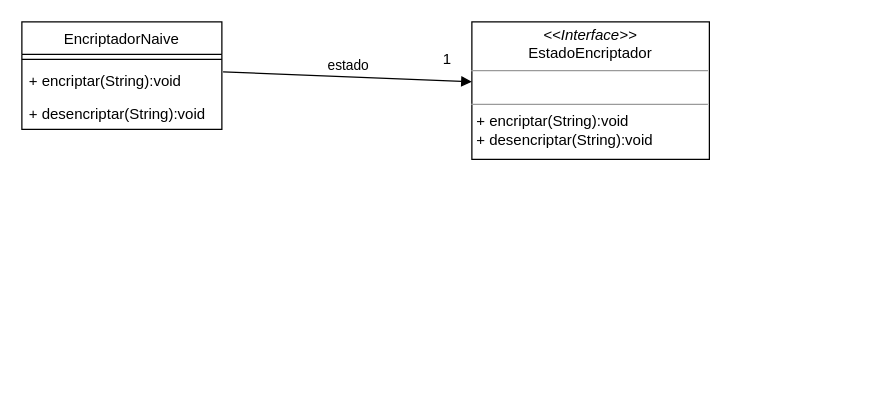
Before: unq-po2-strategy-Encriptacion.drawio in nhubczyk/Diagramas-UML, a draw.io diagram. Source tidied: cells renumbered, new cells numbered last; positions are measured from the earlier drawing's top-left corner, leaving out a move shared by most shapes. Both pictures are drawn from the tidied source at 125%, with x=0, y=0 at pixel (21, 21).
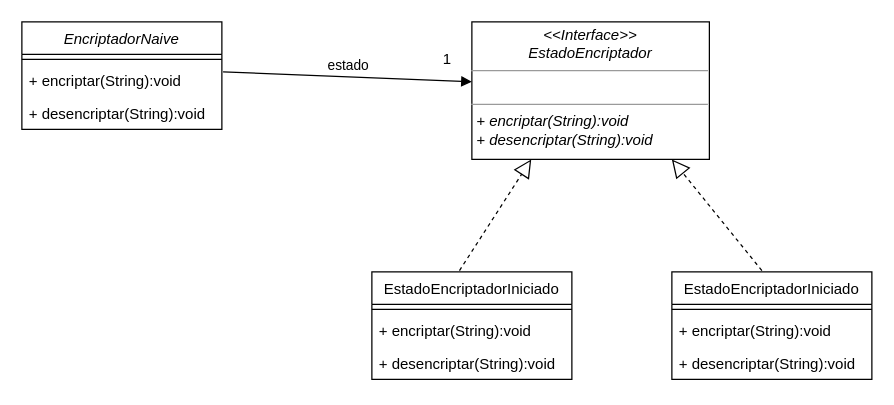
The same diagram, later.

The edit, as a diff of the source:
```diff
@@
 <mxGraphModel>
   <root>
     <mxCell id="0" />
     <mxCell id="1" parent="0" />
-    <mxCell id="2" value="&lt;p style=&quot;margin:0px;margin-top:4px;text-align:center;&quot;&gt;&lt;i&gt;&amp;lt;&amp;lt;Interface&amp;gt;&amp;gt;&lt;/i&gt;&lt;br&gt;EstadoEncriptador&lt;/p&gt;&lt;hr size=&quot;1&quot;&gt;&lt;p style=&quot;margin:0px;margin-left:4px;&quot;&gt;&lt;br&gt;&lt;/p&gt;&lt;hr size=&quot;1&quot;&gt;&lt;p style=&quot;margin:0px;margin-left:4px;&quot;&gt;+ encriptar(String):void&lt;/p&gt;&lt;p style=&quot;margin:0px;margin-left:4px;&quot;&gt;+ desencriptar(String):void&lt;/p&gt;" style="verticalAlign=top;align=left;overflow=fill;fontSize=12;fontFamily=Helvetica;html=1;" parent="1" vertex="1">
+    <mxCell id="2" value="&lt;p style=&quot;margin:0px;margin-top:4px;text-align:center;&quot;&gt;&lt;i&gt;&amp;lt;&amp;lt;Interface&amp;gt;&amp;gt;&lt;br&gt;EstadoEncriptador&lt;/i&gt;&lt;/p&gt;&lt;hr size=&quot;1&quot;&gt;&lt;p style=&quot;margin:0px;margin-left:4px;&quot;&gt;&lt;i&gt;&lt;br&gt;&lt;/i&gt;&lt;/p&gt;&lt;hr size=&quot;1&quot;&gt;&lt;p style=&quot;margin:0px;margin-left:4px;&quot;&gt;&lt;i&gt;+ encriptar(String):void&lt;/i&gt;&lt;/p&gt;&lt;p style=&quot;margin:0px;margin-left:4px;&quot;&gt;&lt;i&gt;+ desencriptar(String):void&lt;/i&gt;&lt;/p&gt;" style="verticalAlign=top;align=left;overflow=fill;fontSize=12;fontFamily=Helvetica;html=1;" parent="1" vertex="1">
       <mxGeometry x="360" width="190" height="110" as="geometry" />
     </mxCell>
-    <mxCell id="3" value="EncriptadorNaive" style="swimlane;fontStyle=0;align=center;verticalAlign=top;horizontal=1;startSize=26;" parent="1" vertex="1">
+    <mxCell id="3" value="EncriptadorNaive" style="swimlane;fontStyle=2;align=center;verticalAlign=top;horizontal=1;startSize=26;" parent="1" vertex="1">
       <mxGeometry width="160" height="86" as="geometry" />
     </mxCell>
     <mxCell id="4" style="line;strokeWidth=1;fillColor=none;align=left;verticalAlign=middle;spacingTop=-1;spacingLeft=3;spacingRight=3;labelPosition=right;strokeColor=inherit;" parent="3" vertex="1">
       <mxGeometry y="26" width="160" height="8" as="geometry" />
     </mxCell>
     <mxCell id="5" value="+ encriptar(String):void" style="text;strokeColor=none;fillColor=none;align=left;verticalAlign=top;spacingLeft=4;spacingRight=4;overflow=hidden;points=[[0,0.5],[1,0.5]];portConstraint=eastwest;" parent="3" vertex="1">
       <mxGeometry y="34" width="160" height="26" as="geometry" />
     </mxCell>
     <mxCell id="6" value="+ desencriptar(String):void" style="text;strokeColor=none;fillColor=none;align=left;verticalAlign=top;spacingLeft=4;spacingRight=4;overflow=hidden;" parent="3" vertex="1">
       <mxGeometry y="60" width="160" height="26" as="geometry" />
     </mxCell>
     <mxCell id="7" value="estado" style="html=1;verticalAlign=bottom;endArrow=block;rounded=0;exitX=1.006;exitY=0.231;exitDx=0;exitDy=0;exitPerimeter=0;entryX=0;entryY=0.436;entryDx=0;entryDy=0;entryPerimeter=0;" parent="1" edge="1" source="5" target="2">
       <mxGeometry relative="1" as="geometry" />
     </mxCell>
     <mxCell id="8" value="1" style="text;html=1;align=center;verticalAlign=middle;strokeColor=none;fillColor=none;" parent="1" vertex="1">
       <mxGeometry x="325" y="15" width="30" height="30" as="geometry" />
     </mxCell>
+    <mxCell id="9" value="EstadoEncriptadorIniciado" style="swimlane;fontStyle=0;align=center;verticalAlign=top;horizontal=1;startSize=26;" parent="1" vertex="1">
+      <mxGeometry x="280" y="200" width="160" height="86" as="geometry" />
+    </mxCell>
+    <mxCell id="10" style="line;strokeWidth=1;fillColor=none;align=left;verticalAlign=middle;spacingTop=-1;spacingLeft=3;spacingRight=3;labelPosition=right;strokeColor=inherit;" parent="9" vertex="1">
+      <mxGeometry y="26" width="160" height="8" as="geometry" />
+    </mxCell>
+    <mxCell id="11" value="+ encriptar(String):void" style="text;strokeColor=none;fillColor=none;align=left;verticalAlign=top;spacingLeft=4;spacingRight=4;overflow=hidden;" parent="9" vertex="1">
+      <mxGeometry y="34" width="160" height="26" as="geometry" />
+    </mxCell>
+    <mxCell id="12" value="+ desencriptar(String):void" style="text;strokeColor=none;fillColor=none;align=left;verticalAlign=top;spacingLeft=4;spacingRight=4;overflow=hidden;" parent="9" vertex="1">
+      <mxGeometry y="60" width="160" height="26" as="geometry" />
+    </mxCell>
+    <mxCell id="13" value="EstadoEncriptadorIniciado" style="swimlane;fontStyle=0;align=center;verticalAlign=top;horizontal=1;startSize=26;" parent="1" vertex="1">
+      <mxGeometry x="520" y="200" width="160" height="86" as="geometry" />
+    </mxCell>
+    <mxCell id="14" style="line;strokeWidth=1;fillColor=none;align=left;verticalAlign=middle;spacingTop=-1;spacingLeft=3;spacingRight=3;labelPosition=right;strokeColor=inherit;" parent="13" vertex="1">
+      <mxGeometry y="26" width="160" height="8" as="geometry" />
+    </mxCell>
+    <mxCell id="15" value="+ encriptar(String):void" style="text;strokeColor=none;fillColor=none;align=left;verticalAlign=top;spacingLeft=4;spacingRight=4;overflow=hidden;" parent="13" vertex="1">
+      <mxGeometry y="34" width="160" height="26" as="geometry" />
+    </mxCell>
+    <mxCell id="16" value="+ desencriptar(String):void" style="text;strokeColor=none;fillColor=none;align=left;verticalAlign=top;spacingLeft=4;spacingRight=4;overflow=hidden;" parent="13" vertex="1">
+      <mxGeometry y="60" width="160" height="26" as="geometry" />
+    </mxCell>
+    <mxCell id="17" style="endArrow=block;dashed=1;endFill=0;endSize=12;html=1;rounded=0;exitX=0.438;exitY=-0.012;exitDx=0;exitDy=0;exitPerimeter=0;entryX=0.25;entryY=1;entryDx=0;entryDy=0;" parent="1" edge="1" source="9" target="2">
+      <mxGeometry relative="1" as="geometry" />
+    </mxCell>
+    <mxCell id="18" style="endArrow=block;dashed=1;endFill=0;endSize=12;html=1;rounded=0;exitX=0.45;exitY=-0.012;exitDx=0;exitDy=0;exitPerimeter=0;" parent="1" edge="1" source="13">
+      <mxGeometry relative="1" as="geometry">
+        <mxPoint x="520" y="110" as="targetPoint" />
+      </mxGeometry>
+    </mxCell>
   </root>
 </mxGraphModel>
```
